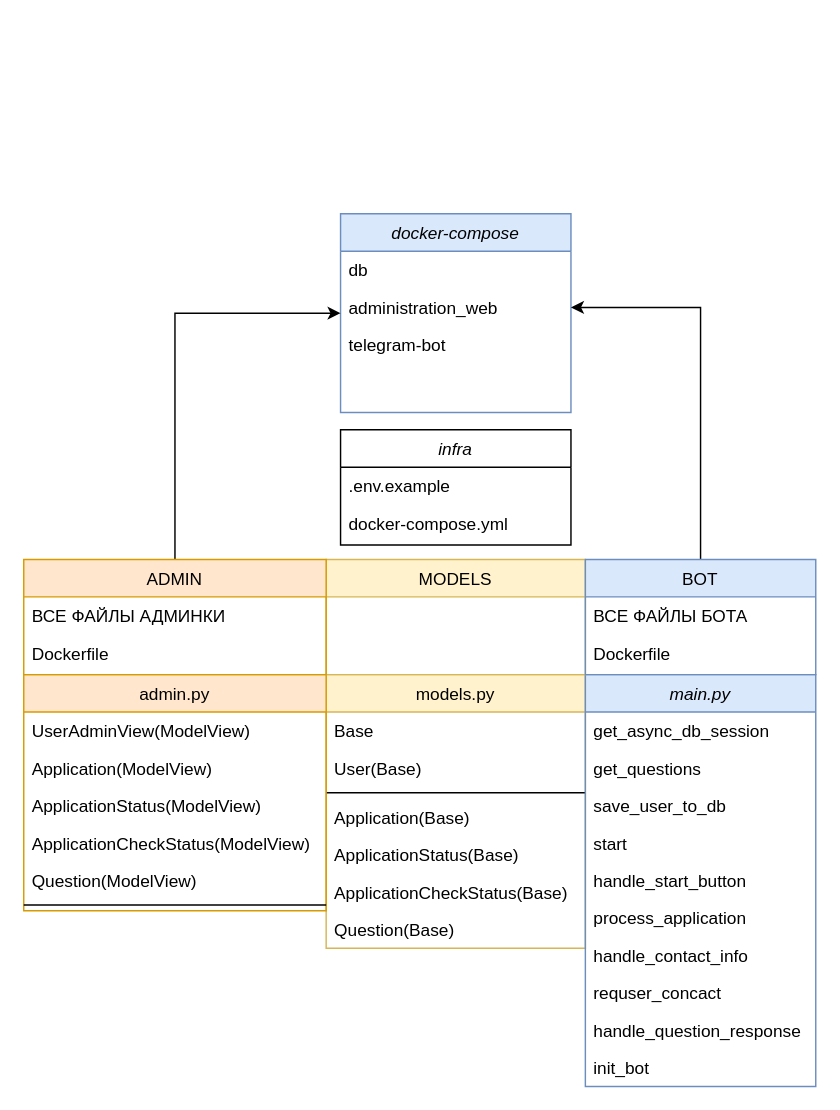
Before: Диаграмма.drawio in hixwizard/async_bot, a draw.io diagram. Source tidied: cells renumbered, new cells numbered last; positions are measured from the earlier drawing's top-left corner, leaving out a move shared by most shapes. Both pictures are drawn from the tidied source at 144%, with x=0, y=0 at pixel (23, 213).
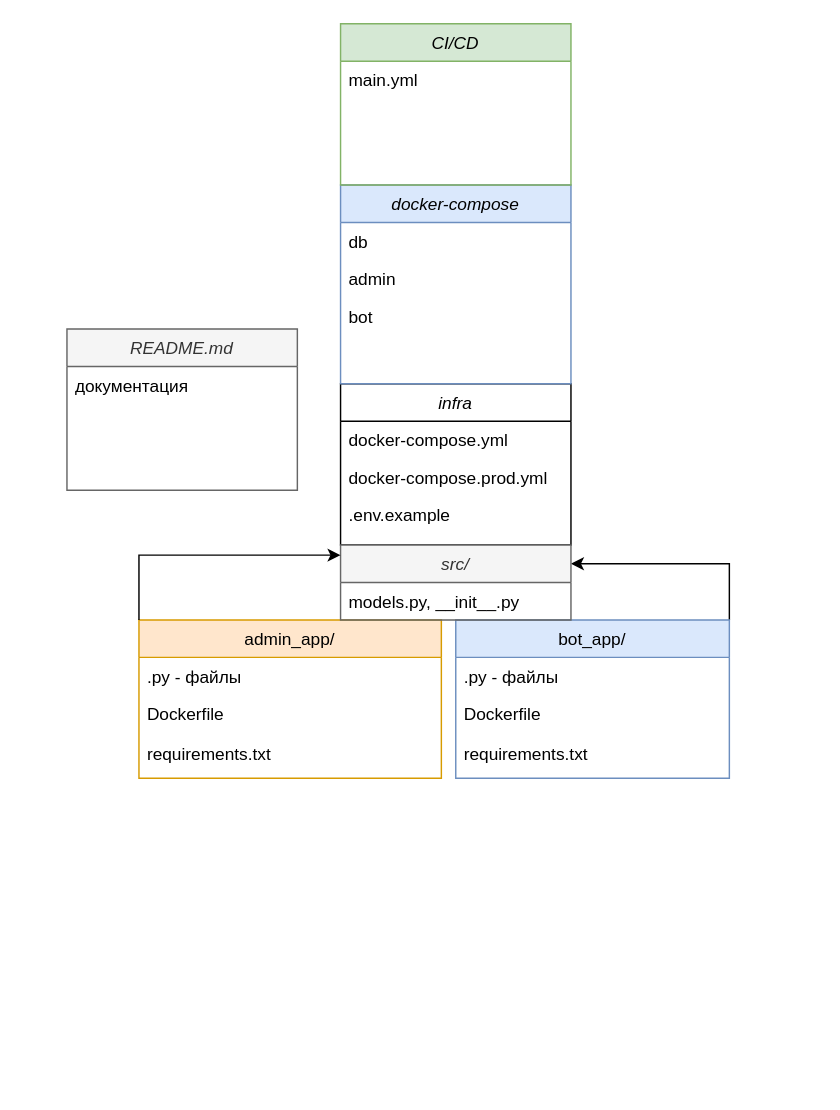
The same diagram, later.

Commit message:
Обновить диаграмму

What changed in the source:
```diff
@@
-    <mxCell id="2" value="models.py" style="swimlane;fontStyle=0;align=center;verticalAlign=top;horizontal=1;startSize=26;rounded=0;shadow=0;strokeWidth=1;fillColor=#fff2cc;strokeColor=#d6b656;" parent="1" vertex="1">
-      <mxGeometry x="210" y="320" width="180" height="190" as="geometry" />
-    </mxCell>
-    <mxCell id="3" value="Base" style="text;align=left;verticalAlign=top;spacingLeft=4;spacingRight=4;overflow=hidden;" parent="2" vertex="1">
-      <mxGeometry y="26" width="180" height="26" as="geometry" />
-    </mxCell>
-    <mxCell id="4" value="User(Base)" style="text;align=left;verticalAlign=top;spacingLeft=4;spacingRight=4;overflow=hidden;rounded=0;shadow=0;html=0;" parent="2" vertex="1">
-      <mxGeometry y="52" width="180" height="26" as="geometry" />
-    </mxCell>
-    <mxCell id="5" style="line;html=1;strokeWidth=1;align=left;verticalAlign=middle;spacingTop=-1;spacingLeft=3;spacingRight=3;labelPosition=right;" parent="2" vertex="1">
-      <mxGeometry y="78" width="180" height="8" as="geometry" />
-    </mxCell>
-    <mxCell id="6" value="Application(Base)" style="text;align=left;verticalAlign=top;spacingLeft=4;spacingRight=4;overflow=hidden;rounded=0;shadow=0;html=0;" parent="2" vertex="1">
-      <mxGeometry y="86" width="180" height="26" as="geometry" />
-    </mxCell>
-    <mxCell id="7" value="ApplicationStatus(Base)" style="text;align=left;verticalAlign=top;spacingLeft=4;spacingRight=4;overflow=hidden;rounded=0;shadow=0;html=0;" parent="2" vertex="1">
-      <mxGeometry y="112" width="180" height="26" as="geometry" />
-    </mxCell>
-    <mxCell id="8" value="ApplicationCheckStatus(Base)" style="text;align=left;verticalAlign=top;spacingLeft=4;spacingRight=4;overflow=hidden;rounded=0;shadow=0;html=0;" parent="2" vertex="1">
-      <mxGeometry y="138" width="180" height="26" as="geometry" />
-    </mxCell>
-    <mxCell id="9" value="Question(Base)" style="text;align=left;verticalAlign=top;spacingLeft=4;spacingRight=4;overflow=hidden;" parent="2" vertex="1">
-      <mxGeometry y="164" width="180" height="26" as="geometry" />
-    </mxCell>
-    <mxCell id="10" value="admin.py" style="swimlane;fontStyle=0;align=center;verticalAlign=top;horizontal=1;startSize=26;rounded=0;shadow=0;strokeWidth=1;fillColor=#ffe6cc;strokeColor=#d79b00;" parent="1" vertex="1">
-      <mxGeometry y="320" width="210" height="164" as="geometry" />
-    </mxCell>
-    <mxCell id="11" value="UserAdminView(ModelView)" style="text;align=left;verticalAlign=top;spacingLeft=4;spacingRight=4;overflow=hidden;" parent="10" vertex="1">
-      <mxGeometry y="26" width="210" height="26" as="geometry" />
-    </mxCell>
-    <mxCell id="12" value="Application(ModelView)" style="text;align=left;verticalAlign=top;spacingLeft=4;spacingRight=4;overflow=hidden;" parent="10" vertex="1">
-      <mxGeometry y="52" width="210" height="26" as="geometry" />
-    </mxCell>
-    <mxCell id="13" value="ApplicationStatus(ModelView)" style="text;align=left;verticalAlign=top;spacingLeft=4;spacingRight=4;overflow=hidden;rounded=0;shadow=0;html=0;" parent="10" vertex="1">
-      <mxGeometry y="78" width="210" height="26" as="geometry" />
-    </mxCell>
-    <mxCell id="14" value="ApplicationCheckStatus(ModelView)" style="text;align=left;verticalAlign=top;spacingLeft=4;spacingRight=4;overflow=hidden;rounded=0;shadow=0;html=0;" parent="10" vertex="1">
-      <mxGeometry y="104" width="210" height="26" as="geometry" />
-    </mxCell>
-    <mxCell id="15" value="Question(ModelView)" style="text;align=left;verticalAlign=top;spacingLeft=4;spacingRight=4;overflow=hidden;" parent="10" vertex="1">
-      <mxGeometry y="130" width="210" height="26" as="geometry" />
-    </mxCell>
-    <mxCell id="16" style="line;html=1;strokeWidth=1;align=left;verticalAlign=middle;spacingTop=-1;spacingLeft=3;spacingRight=3;labelPosition=right;" parent="10" vertex="1">
-      <mxGeometry y="156" width="210" height="8" as="geometry" />
-    </mxCell>
-    <mxCell id="17" value="main.py" style="swimlane;fontStyle=2;align=center;verticalAlign=top;horizontal=1;startSize=26;rounded=0;shadow=0;strokeWidth=1;fillColor=#dae8fc;strokeColor=#6c8ebf;" parent="1" vertex="1">
-      <mxGeometry x="390" y="320" width="160" height="286" as="geometry" />
-    </mxCell>
-    <mxCell id="18" value="get_async_db_session" style="text;align=left;verticalAlign=top;spacingLeft=4;spacingRight=4;overflow=hidden;" parent="17" vertex="1">
-      <mxGeometry y="26" width="160" height="26" as="geometry" />
-    </mxCell>
-    <mxCell id="19" value="get_questions" style="text;align=left;verticalAlign=top;spacingLeft=4;spacingRight=4;overflow=hidden;" parent="17" vertex="1">
-      <mxGeometry y="52" width="160" height="26" as="geometry" />
-    </mxCell>
-    <mxCell id="20" value="save_user_to_db" style="text;align=left;verticalAlign=top;spacingLeft=4;spacingRight=4;overflow=hidden;" parent="17" vertex="1">
-      <mxGeometry y="78" width="160" height="26" as="geometry" />
-    </mxCell>
-    <mxCell id="21" value="start" style="text;align=left;verticalAlign=top;spacingLeft=4;spacingRight=4;overflow=hidden;" parent="17" vertex="1">
-      <mxGeometry y="104" width="160" height="26" as="geometry" />
-    </mxCell>
-    <mxCell id="22" value="handle_start_button" style="text;align=left;verticalAlign=top;spacingLeft=4;spacingRight=4;overflow=hidden;" parent="17" vertex="1">
-      <mxGeometry y="130" width="160" height="26" as="geometry" />
-    </mxCell>
-    <mxCell id="23" value="process_application" style="text;align=left;verticalAlign=top;spacingLeft=4;spacingRight=4;overflow=hidden;" parent="17" vertex="1">
-      <mxGeometry y="156" width="160" height="26" as="geometry" />
-    </mxCell>
-    <mxCell id="24" value="handle_contact_info" style="text;align=left;verticalAlign=top;spacingLeft=4;spacingRight=4;overflow=hidden;" parent="17" vertex="1">
-      <mxGeometry y="182" width="160" height="26" as="geometry" />
-    </mxCell>
-    <mxCell id="25" value="requser_concact" style="text;align=left;verticalAlign=top;spacingLeft=4;spacingRight=4;overflow=hidden;" parent="17" vertex="1">
-      <mxGeometry y="208" width="160" height="26" as="geometry" />
-    </mxCell>
-    <mxCell id="26" value="handle_question_response" style="text;align=left;verticalAlign=top;spacingLeft=4;spacingRight=4;overflow=hidden;" parent="17" vertex="1">
-      <mxGeometry y="234" width="160" height="26" as="geometry" />
-    </mxCell>
-    <mxCell id="27" value="init_bot" style="text;align=left;verticalAlign=top;spacingLeft=4;spacingRight=4;overflow=hidden;" parent="17" vertex="1">
-      <mxGeometry y="260" width="160" height="26" as="geometry" />
-    </mxCell>
     <mxCell id="28" value="infra" style="swimlane;fontStyle=2;align=center;verticalAlign=top;horizontal=1;startSize=26;rounded=0;shadow=0;strokeWidth=1;" parent="1" vertex="1">
-      <mxGeometry x="220" y="150" width="160" height="80" as="geometry" />
+      <mxGeometry x="220" y="118" width="160" height="112" as="geometry" />
     </mxCell>
+    <mxCell id="30" value="docker-compose.yml" style="text;align=left;verticalAlign=top;spacingLeft=4;spacingRight=4;overflow=hidden;" parent="28" vertex="1">
+      <mxGeometry y="26" width="160" height="26" as="geometry" />
+    </mxCell>
+    <mxCell id="44" value="docker-compose.prod.yml" style="text;align=left;verticalAlign=top;spacingLeft=4;spacingRight=4;overflow=hidden;" parent="28" vertex="1">
+      <mxGeometry y="52" width="160" height="26" as="geometry" />
+    </mxCell>
     <mxCell id="29" value=".env.example" style="text;align=left;verticalAlign=top;spacingLeft=4;spacingRight=4;overflow=hidden;" parent="28" vertex="1">
-      <mxGeometry y="26" width="160" height="26" as="geometry" />
+      <mxGeometry y="78" width="160" height="26" as="geometry" />
     </mxCell>
-    <mxCell id="30" value="docker-compose.yml" style="text;align=left;verticalAlign=top;spacingLeft=4;spacingRight=4;overflow=hidden;" parent="28" vertex="1">
-      <mxGeometry y="52" width="160" height="26" as="geometry" />
-    </mxCell>
     <mxCell id="31" value="docker-compose" style="swimlane;fontStyle=2;align=center;verticalAlign=top;horizontal=1;startSize=26;rounded=0;shadow=0;strokeWidth=1;fillColor=#dae8fc;strokeColor=#6c8ebf;" parent="1" vertex="1">
-      <mxGeometry x="220" width="160" height="138" as="geometry" />
+      <mxGeometry x="220" y="-20" width="160" height="138" as="geometry" />
     </mxCell>
@@
-    <mxCell id="33" value="administration_web" style="text;align=left;verticalAlign=top;spacingLeft=4;spacingRight=4;overflow=hidden;points=[[0,0.5],[1,0.5]];portConstraint=eastwest;" parent="31" vertex="1">
+    <mxCell id="33" value="admin" style="text;align=left;verticalAlign=top;spacingLeft=4;spacingRight=4;overflow=hidden;points=[[0,0.5],[1,0.5]];portConstraint=eastwest;" parent="31" vertex="1">
       <mxGeometry y="52" width="160" height="26" as="geometry" />
     </mxCell>
-    <mxCell id="34" value="telegram-bot" style="text;align=left;verticalAlign=top;spacingLeft=4;spacingRight=4;overflow=hidden;" parent="31" vertex="1">
+    <mxCell id="34" value="bot" style="text;align=left;verticalAlign=top;spacingLeft=4;spacingRight=4;overflow=hidden;" parent="31" vertex="1">
       <mxGeometry y="78" width="160" height="26" as="geometry" />
     </mxCell>
-    <mxCell id="35" value="MODELS" style="swimlane;fontStyle=0;align=center;verticalAlign=top;horizontal=1;startSize=26;rounded=0;shadow=0;strokeWidth=1;fillColor=#fff2cc;strokeColor=#d6b656;" parent="1" vertex="1">
-      <mxGeometry x="210" y="240" width="180" height="80" as="geometry" />
-    </mxCell>
-    <mxCell id="36" style="edgeStyle=orthogonalEdgeStyle;rounded=0;jettySize=auto;html=1;exitX=0.5;exitY=0;exitDx=0;exitDy=0;entryX=1;entryY=0.5;entryDx=0;entryDy=0;" parent="1" edge="1" source="37" target="33">
-      <mxGeometry relative="1" as="geometry" />
-    </mxCell>
+    <mxCell id="45" style="edgeStyle=orthogonalEdgeStyle;rounded=0;jettySize=auto;html=1;exitX=1;exitY=0;exitDx=0;exitDy=0;entryX=1;entryY=0.25;entryDx=0;entryDy=0;" parent="1" edge="1" source="37" target="53">
+      <mxGeometry relative="1" as="geometry" />
+    </mxCell>
-    <mxCell id="37" value="BOT" style="swimlane;fontStyle=0;align=center;verticalAlign=top;horizontal=1;startSize=26;rounded=0;shadow=0;strokeWidth=1;fillColor=#dae8fc;strokeColor=#6c8ebf;" parent="1" vertex="1">
-      <mxGeometry x="390" y="240" width="160" height="80" as="geometry" />
+    <mxCell id="37" value="bot_app/" style="swimlane;fontStyle=0;align=center;verticalAlign=top;horizontal=1;startSize=26;rounded=0;shadow=0;strokeWidth=1;fillColor=#dae8fc;strokeColor=#6c8ebf;" parent="1" vertex="1">
+      <mxGeometry x="300" y="282" width="190" height="110" as="geometry" />
     </mxCell>
-    <mxCell id="38" value="ВСЕ ФАЙЛЫ БОТА" style="text;align=left;verticalAlign=top;spacingLeft=4;spacingRight=4;overflow=hidden;" parent="37" vertex="1">
-      <mxGeometry y="26" width="160" height="26" as="geometry" />
-    </mxCell>
+    <mxCell id="46" value=".py - файлы" style="text;align=left;verticalAlign=top;spacingLeft=4;spacingRight=4;overflow=hidden;" parent="37" vertex="1">
+      <mxGeometry y="26" width="190" height="26" as="geometry" />
+    </mxCell>
     <mxCell id="39" value="Dockerfile" style="text;align=left;verticalAlign=top;spacingLeft=4;spacingRight=4;overflow=hidden;" parent="37" vertex="1">
-      <mxGeometry y="52" width="160" height="26" as="geometry" />
+      <mxGeometry y="52" width="190" height="28" as="geometry" />
     </mxCell>
-    <mxCell id="40" style="edgeStyle=orthogonalEdgeStyle;rounded=0;jettySize=auto;html=1;exitX=0.5;exitY=0;exitDx=0;exitDy=0;entryX=0;entryY=0.5;entryDx=0;entryDy=0;" parent="1" edge="1" source="41" target="31">
-      <mxGeometry relative="1" as="geometry" />
-    </mxCell>
+    <mxCell id="47" value="requirements.txt" style="text;align=left;verticalAlign=top;spacingLeft=4;spacingRight=4;overflow=hidden;" parent="37" vertex="1">
+      <mxGeometry y="80" width="190" height="26" as="geometry" />
+    </mxCell>
-    <mxCell id="41" value="ADMIN" style="swimlane;fontStyle=0;align=center;verticalAlign=top;horizontal=1;startSize=26;rounded=0;shadow=0;strokeWidth=1;fillColor=#ffe6cc;strokeColor=#d79b00;" parent="1" vertex="1">
-      <mxGeometry y="240" width="210" height="80" as="geometry" />
+    <mxCell id="41" value="admin_app/" style="swimlane;fontStyle=0;align=center;verticalAlign=top;horizontal=1;startSize=26;rounded=0;shadow=0;strokeWidth=1;fillColor=#ffe6cc;strokeColor=#d79b00;" parent="1" vertex="1">
+      <mxGeometry x="80" y="282" width="210" height="110" as="geometry" />
     </mxCell>
-    <mxCell id="42" value="ВСЕ ФАЙЛЫ АДМИНКИ" style="text;align=left;verticalAlign=top;spacingLeft=4;spacingRight=4;overflow=hidden;" parent="41" vertex="1">
+    <mxCell id="42" value=".py - файлы" style="text;align=left;verticalAlign=top;spacingLeft=4;spacingRight=4;overflow=hidden;" parent="41" vertex="1">
       <mxGeometry y="26" width="210" height="26" as="geometry" />
     </mxCell>
     <mxCell id="43" value="Dockerfile" style="text;align=left;verticalAlign=top;spacingLeft=4;spacingRight=4;overflow=hidden;" parent="41" vertex="1">
-      <mxGeometry y="52" width="210" height="26" as="geometry" />
+      <mxGeometry y="52" width="210" height="28" as="geometry" />
     </mxCell>
+    <mxCell id="48" value="requirements.txt" style="text;align=left;verticalAlign=top;spacingLeft=4;spacingRight=4;overflow=hidden;" parent="41" vertex="1">
+      <mxGeometry y="80" width="210" height="26" as="geometry" />
+    </mxCell>
+    <mxCell id="49" value="CI/CD" style="swimlane;fontStyle=2;align=center;verticalAlign=top;horizontal=1;startSize=26;rounded=0;shadow=0;strokeWidth=1;fillColor=#d5e8d4;strokeColor=#82b366;" parent="1" vertex="1">
+      <mxGeometry x="220" y="-132" width="160" height="112" as="geometry" />
+    </mxCell>
+    <mxCell id="50" value="main.yml" style="text;align=left;verticalAlign=top;spacingLeft=4;spacingRight=4;overflow=hidden;" parent="49" vertex="1">
+      <mxGeometry y="26" width="160" height="26" as="geometry" />
+    </mxCell>
+    <mxCell id="51" value="README.md" style="swimlane;fontStyle=2;align=center;verticalAlign=top;horizontal=1;startSize=26;rounded=0;shadow=0;strokeWidth=1;fillColor=#f5f5f5;strokeColor=#666666;fontColor=#333333;" parent="1" vertex="1">
+      <mxGeometry x="30" y="80" width="160" height="112" as="geometry" />
+    </mxCell>
+    <mxCell id="52" value="документация" style="text;align=left;verticalAlign=top;spacingLeft=4;spacingRight=4;overflow=hidden;" parent="51" vertex="1">
+      <mxGeometry y="26" width="160" height="26" as="geometry" />
+    </mxCell>
+    <mxCell id="53" value="src/" style="swimlane;fontStyle=2;align=center;verticalAlign=top;horizontal=1;startSize=26;rounded=0;shadow=0;strokeWidth=1;fillColor=#f5f5f5;strokeColor=#666666;fontColor=#333333;" parent="1" vertex="1">
+      <mxGeometry x="220" y="230" width="160" height="52" as="geometry" />
+    </mxCell>
+    <mxCell id="54" value="models.py, __init__.py" style="text;align=left;verticalAlign=top;spacingLeft=4;spacingRight=4;overflow=hidden;" parent="53" vertex="1">
+      <mxGeometry y="26" width="160" height="26" as="geometry" />
+    </mxCell>
+    <mxCell id="55" style="edgeStyle=orthogonalEdgeStyle;rounded=0;jettySize=auto;html=1;exitX=0;exitY=0;exitDx=0;exitDy=0;entryX=0;entryY=0.135;entryDx=0;entryDy=0;entryPerimeter=0;" parent="1" edge="1" source="41" target="53">
+      <mxGeometry relative="1" as="geometry" />
+    </mxCell>
```
